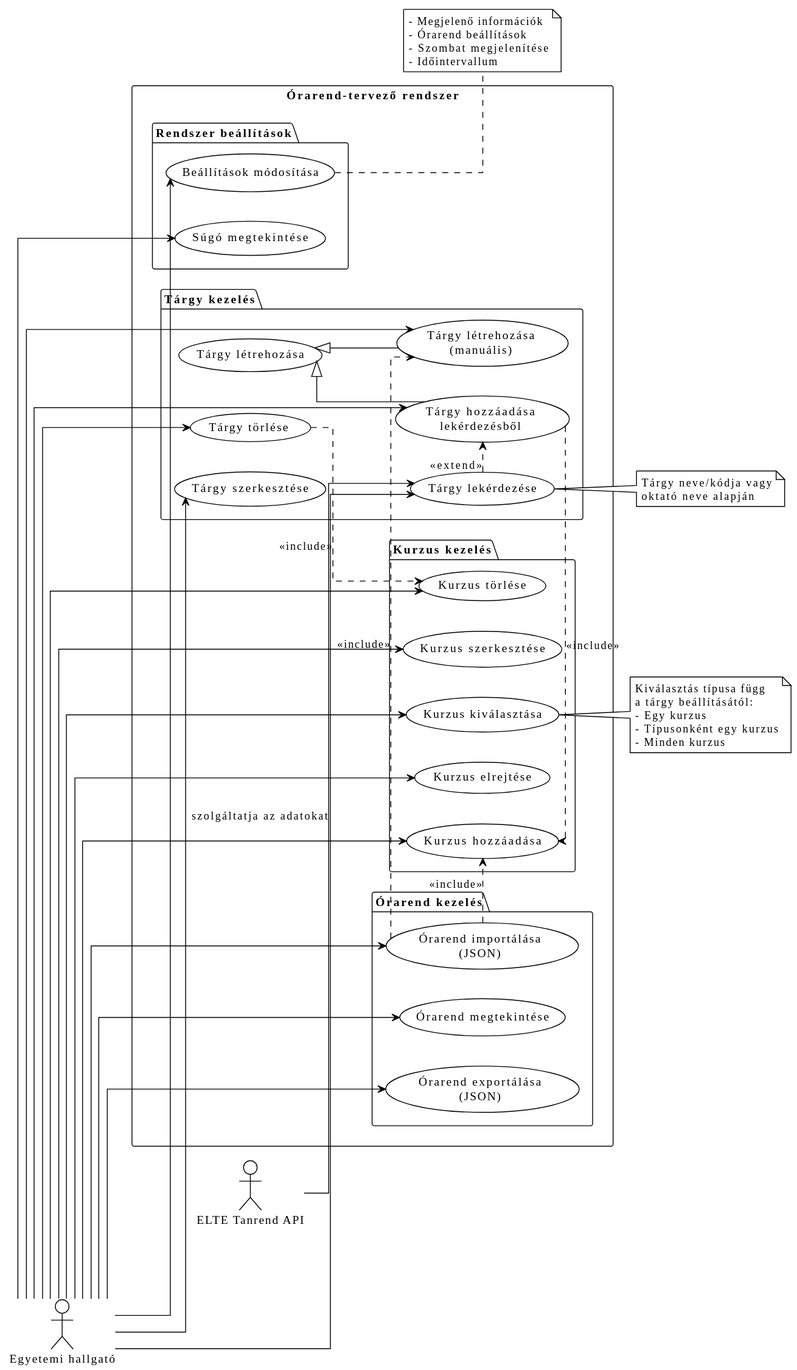
The PlantUML diagram out/uml/use-case/use-case.svg in Vdor01/orarendtervezo, before a commit. The source it was exported from:
```plantuml
@startuml
!theme plain

skinparam linetype ortho

left to right direction

actor "Egyetemi hallgató" as Student
actor "ELTE Tanrend API" as API

rectangle "Órarend-tervező rendszer" {
    package "Tárgy kezelés" {
        usecase "Tárgy létrehozása" as TC
        usecase "Tárgy létrehozása\n(manuális)" as UC1
        usecase "Tárgy szerkesztése" as UC2
        usecase "Tárgy törlése" as UC3
        usecase "Tárgy lekérdezése" as UC4
        usecase "Tárgy hozzáadása\nlekérdezésből" as UC5
    }

    package "Kurzus kezelés" {
        usecase "Kurzus hozzáadása" as UC6
        usecase "Kurzus szerkesztése" as UC7
        usecase "Kurzus törlése" as UC8
        usecase "Kurzus kiválasztása" as UC9
        usecase "Kurzus elrejtése" as UC10
    }

    package "Órarend kezelés" {
        usecase "Órarend megtekintése" as UC11
        usecase "Órarend exportálása\n(JSON)" as UC12
        usecase "Órarend importálása\n(JSON)" as UC13
    }

    package "Rendszer beállítások" {
        usecase "Beállítások módosítása" as UC14
        usecase "Súgó megtekintése" as UC15
    }
}

Student --> UC1
Student --> UC2
Student --> UC3
Student --> UC4
Student --> UC5
Student --> UC6
Student --> UC7
Student --> UC8
Student --> UC9
Student --> UC10
Student --> UC11
Student --> UC12
Student --> UC13
Student --> UC14
Student --> UC15

API --> UC4 : szolgáltatja az adatokat

TC <|-- UC1
TC <|-- UC5

UC3 .> UC8 : <<include>>
UC13 .> UC1 : <<include>>
UC13 .> UC6 : <<include>>
UC5 .> UC6 : <<include>>

UC4 .> UC5 : <<extend>>

note right of UC4
    Tárgy neve/kódja vagy
    oktató neve alapján
end note

note right of UC9
    Kiválasztás típusa függ
    a tárgy beállításától:
    - Egy kurzus
    - Típusonként egy kurzus
    - Minden kurzus
end note

note right of UC14
    - Megjelenő információk
    - Órarend beállítások
    - Szombat megjelenítése
    - Időintervallum
end note
@enduml
```
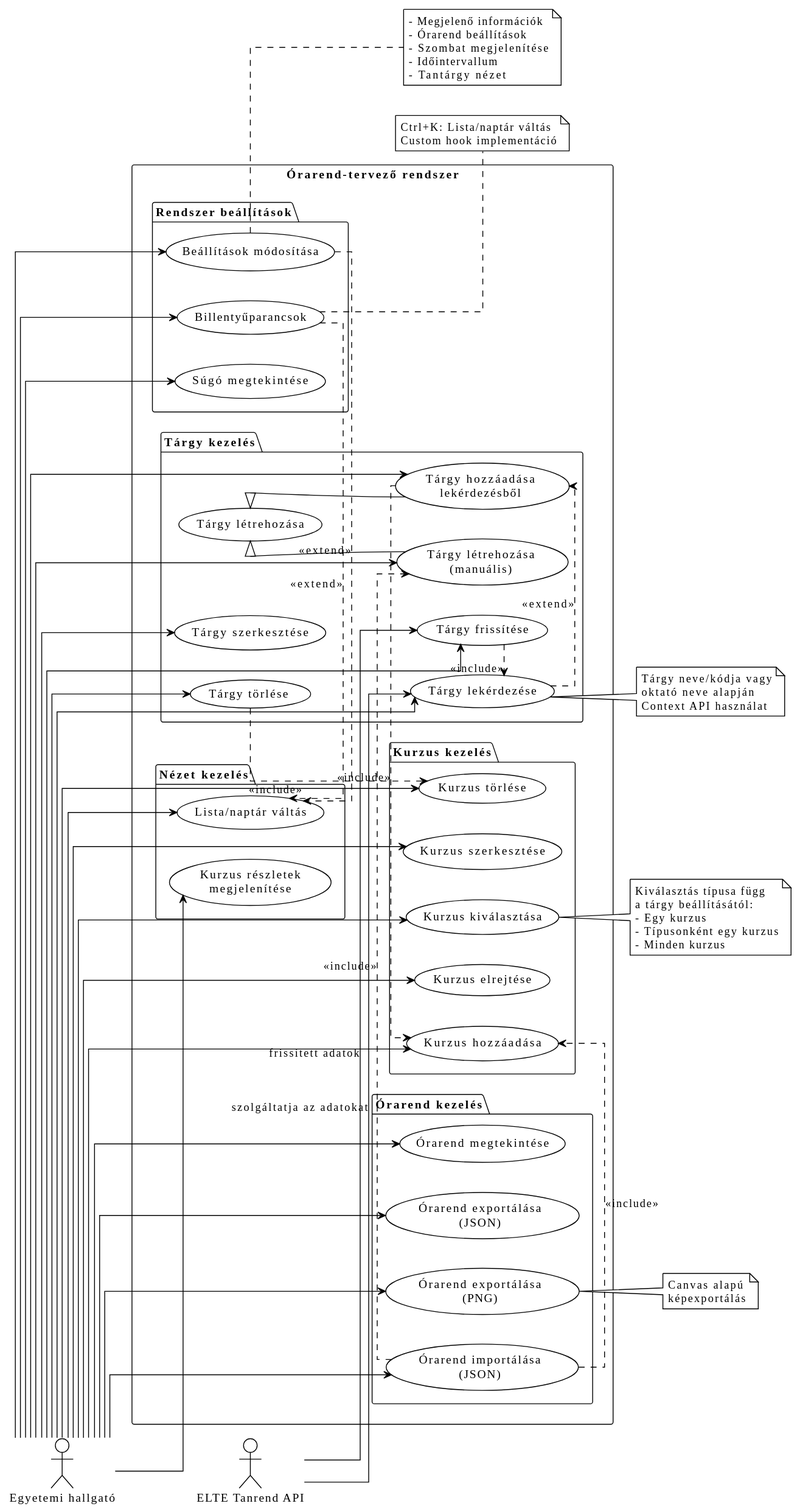
After the change.

What changed in the source:
```diff
@@ -16,6 +16,7 @@
         usecase "Tárgy törlése" as UC3
         usecase "Tárgy lekérdezése" as UC4
         usecase "Tárgy hozzáadása\nlekérdezésből" as UC5
+        usecase "Tárgy frissítése" as UC16
     }
 
     package "Kurzus kezelés" {
@@ -30,11 +31,18 @@
         usecase "Órarend megtekintése" as UC11
         usecase "Órarend exportálása\n(JSON)" as UC12
         usecase "Órarend importálása\n(JSON)" as UC13
+        usecase "Órarend exportálása\n(PNG)" as UC17
     }
 
     package "Rendszer beállítások" {
         usecase "Beállítások módosítása" as UC14
         usecase "Súgó megtekintése" as UC15
+        usecase "Billentyűparancsok" as UC18
+    }
+
+    package "Nézet kezelés" {
+        usecase "Lista/naptár váltás" as UC19
+        usecase "Kurzus részletek\nmegjelenítése" as UC20
     }
 }
 
@@ -53,8 +61,14 @@
 Student --> UC13
 Student --> UC14
 Student --> UC15
+Student --> UC16
+Student --> UC17
+Student --> UC18
+Student --> UC19
+Student --> UC20
 
 API --> UC4 : szolgáltatja az adatokat
+API --> UC16 : frissített adatok
 
 TC <|-- UC1
 TC <|-- UC5
@@ -63,12 +77,16 @@
 UC13 .> UC1 : <<include>>
 UC13 .> UC6 : <<include>>
 UC5 .> UC6 : <<include>>
+UC16 .> UC4 : <<include>>
 
 UC4 .> UC5 : <<extend>>
+UC14 .> UC19 : <<extend>>
+UC18 .> UC19 : <<extend>>
 
 note right of UC4
     Tárgy neve/kódja vagy
     oktató neve alapján
+    Context API használat
 end note
 
 note right of UC9
@@ -84,5 +102,16 @@
     - Órarend beállítások
     - Szombat megjelenítése
     - Időintervallum
+    - Tantárgy nézet
+end note
+
+note right of UC17
+    Canvas alapú
+    képexportálás
+end note
+
+note right of UC18
+    Ctrl+K: Lista/naptár váltás
+    Custom hook implementáció
 end note
 @enduml
```
